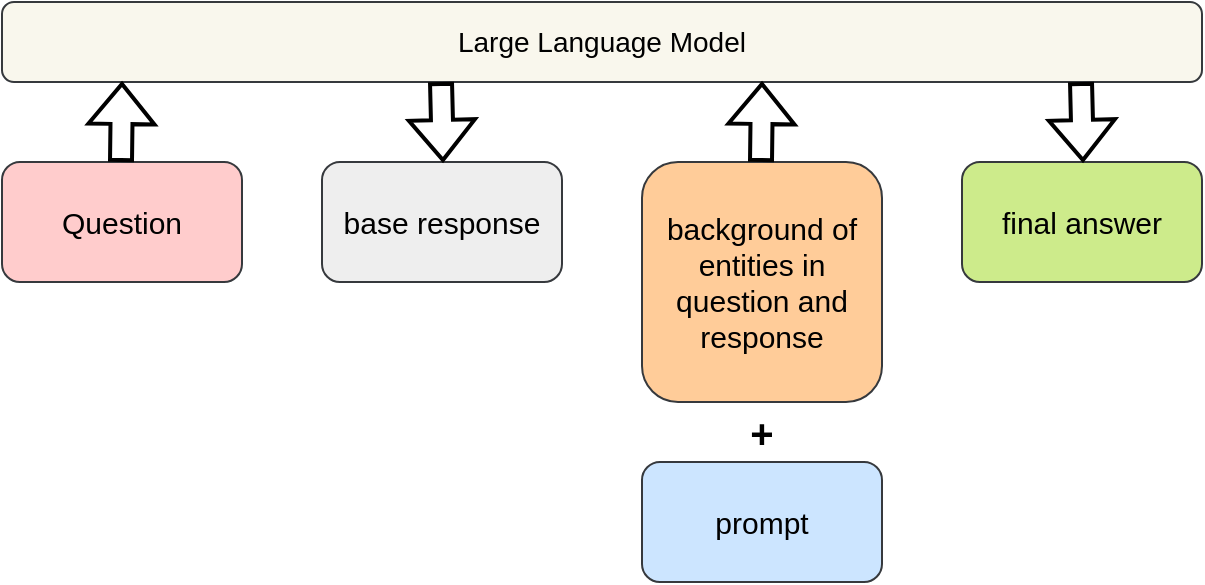
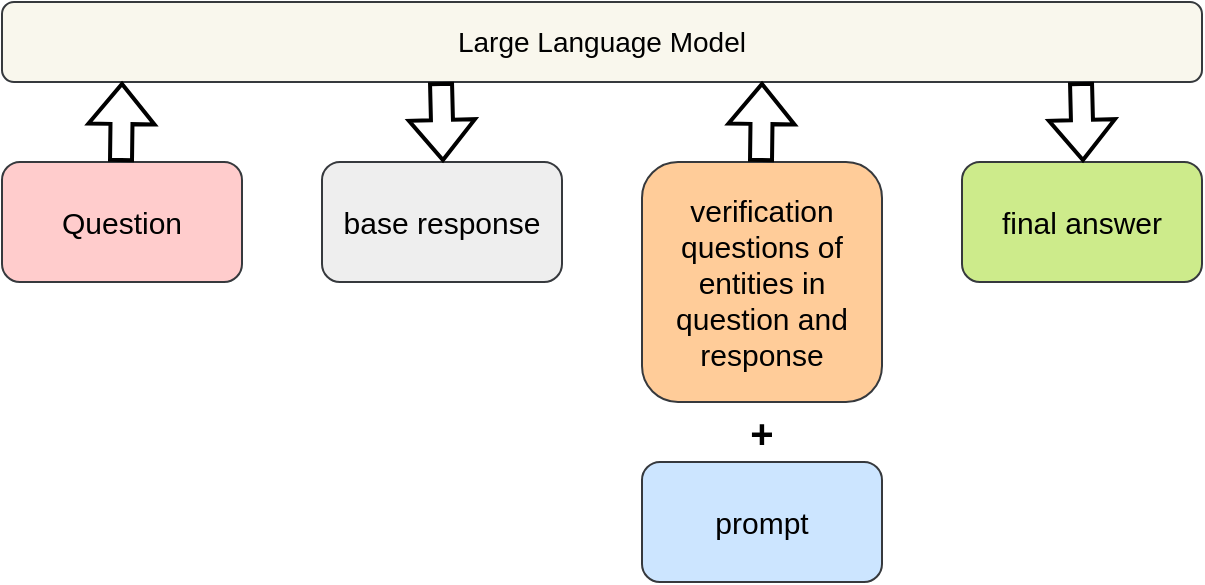
<mxfile host="Electron" agent="Mozilla/5.0 (Windows NT 10.0; Win64; x64) AppleWebKit/537.36 (KHTML, like Gecko) draw.io/29.0.3 Chrome/140.0.7339.249 Electron/38.7.0 Safari/537.36" version="29.0.3">
  <diagram name="第 1 页" id="AIyV4BcjqFachb0cqfhk">
    <mxGraphModel dx="1090" dy="593" grid="1" gridSize="10" guides="1" tooltips="1" connect="1" arrows="1" fold="1" page="1" pageScale="1" pageWidth="827" pageHeight="1169" math="0" shadow="0">
      <root>
        <mxCell id="0" />
        <mxCell id="1" parent="0" />
-         <mxCell id="ig_agJYFBDcc38hmuwL_-1" value="&lt;font face=&quot;Arial&quot; style=&quot;font-size: 15px;&quot;&gt;Question&lt;/font&gt;" style="rounded=1;whiteSpace=wrap;html=1;fillColor=#ffcccc;strokeColor=#36393d;" vertex="1" parent="1">
+         <mxCell id="ig_agJYFBDcc38hmuwL_-1" value="&lt;font face=&quot;Arial&quot; style=&quot;font-size: 15px;&quot;&gt;Question&lt;/font&gt;" style="rounded=1;whiteSpace=wrap;html=1;fillColor=#ffcccc;strokeColor=#36393d;" parent="1" vertex="1">
          <mxGeometry x="90" y="250" width="120" height="60" as="geometry" />
        </mxCell>
-         <mxCell id="ig_agJYFBDcc38hmuwL_-2" value="&lt;font face=&quot;Arial&quot; style=&quot;font-size: 15px;&quot;&gt;base response&lt;/font&gt;" style="rounded=1;whiteSpace=wrap;html=1;fillColor=#eeeeee;strokeColor=#36393d;" vertex="1" parent="1">
+         <mxCell id="ig_agJYFBDcc38hmuwL_-2" value="&lt;font face=&quot;Arial&quot; style=&quot;font-size: 15px;&quot;&gt;base response&lt;/font&gt;" style="rounded=1;whiteSpace=wrap;html=1;fillColor=#eeeeee;strokeColor=#36393d;" parent="1" vertex="1">
          <mxGeometry x="250" y="250" width="120" height="60" as="geometry" />
        </mxCell>
-         <mxCell id="ig_agJYFBDcc38hmuwL_-3" value="&lt;font face=&quot;Arial&quot;&gt;&lt;span style=&quot;font-size: 15px;&quot;&gt;background of entities in question and response&lt;/span&gt;&lt;/font&gt;" style="rounded=1;whiteSpace=wrap;html=1;fillColor=#ffcc99;strokeColor=#36393d;" vertex="1" parent="1">
+         <mxCell id="ig_agJYFBDcc38hmuwL_-3" value="&lt;font face=&quot;Arial&quot;&gt;&lt;span style=&quot;font-size: 15px;&quot;&gt;verification questions of entities in question and response&lt;/span&gt;&lt;/font&gt;" style="rounded=1;whiteSpace=wrap;html=1;fillColor=#ffcc99;strokeColor=#36393d;" parent="1" vertex="1">
          <mxGeometry x="410" y="250" width="120" height="120" as="geometry" />
        </mxCell>
-         <mxCell id="ig_agJYFBDcc38hmuwL_-4" value="&lt;font face=&quot;Arial&quot; style=&quot;font-size: 15px;&quot;&gt;final answer&lt;/font&gt;" style="rounded=1;whiteSpace=wrap;html=1;fillColor=#cdeb8b;strokeColor=#36393d;" vertex="1" parent="1">
+         <mxCell id="ig_agJYFBDcc38hmuwL_-4" value="&lt;font face=&quot;Arial&quot; style=&quot;font-size: 15px;&quot;&gt;final answer&lt;/font&gt;" style="rounded=1;whiteSpace=wrap;html=1;fillColor=#cdeb8b;strokeColor=#36393d;" parent="1" vertex="1">
          <mxGeometry x="570" y="250" width="120" height="60" as="geometry" />
        </mxCell>
-         <mxCell id="ig_agJYFBDcc38hmuwL_-5" value="&lt;font face=&quot;Arial&quot; style=&quot;font-size: 14px;&quot;&gt;Large Language Model&lt;/font&gt;" style="rounded=1;whiteSpace=wrap;html=1;fillColor=#f9f7ed;strokeColor=#36393d;" vertex="1" parent="1">
+         <mxCell id="ig_agJYFBDcc38hmuwL_-5" value="&lt;font face=&quot;Arial&quot; style=&quot;font-size: 14px;&quot;&gt;Large Language Model&lt;/font&gt;" style="rounded=1;whiteSpace=wrap;html=1;fillColor=#f9f7ed;strokeColor=#36393d;" parent="1" vertex="1">
          <mxGeometry x="90" y="170" width="600" height="40" as="geometry" />
        </mxCell>
-         <mxCell id="ig_agJYFBDcc38hmuwL_-6" value="&lt;font style=&quot;font-size: 15px;&quot;&gt;prompt&lt;/font&gt;" style="rounded=1;whiteSpace=wrap;html=1;fillColor=#cce5ff;strokeColor=#36393d;fontFamily=Arial;" vertex="1" parent="1">
+         <mxCell id="ig_agJYFBDcc38hmuwL_-6" value="&lt;font style=&quot;font-size: 15px;&quot;&gt;prompt&lt;/font&gt;" style="rounded=1;whiteSpace=wrap;html=1;fillColor=#cce5ff;strokeColor=#36393d;fontFamily=Arial;" parent="1" vertex="1">
          <mxGeometry x="410" y="400" width="120" height="60" as="geometry" />
        </mxCell>
-         <mxCell id="ig_agJYFBDcc38hmuwL_-7" value="" style="shape=flexArrow;endArrow=classic;html=1;rounded=0;fontStyle=0;strokeWidth=2;" edge="1" parent="1">
+         <mxCell id="ig_agJYFBDcc38hmuwL_-7" value="" style="shape=flexArrow;endArrow=classic;html=1;rounded=0;fontStyle=0;strokeWidth=2;" parent="1" edge="1">
          <mxGeometry width="50" height="50" relative="1" as="geometry">
            <mxPoint x="149.5" y="250" as="sourcePoint" />
            <mxPoint x="150" y="210" as="targetPoint" />
          </mxGeometry>
        </mxCell>
-         <mxCell id="ig_agJYFBDcc38hmuwL_-8" value="" style="shape=flexArrow;endArrow=classic;html=1;rounded=0;fontStyle=0;strokeWidth=2;" edge="1" parent="1">
+         <mxCell id="ig_agJYFBDcc38hmuwL_-8" value="" style="shape=flexArrow;endArrow=classic;html=1;rounded=0;fontStyle=0;strokeWidth=2;" parent="1" edge="1">
          <mxGeometry width="50" height="50" relative="1" as="geometry">
            <mxPoint x="309.5" y="210" as="sourcePoint" />
            <mxPoint x="310.5" y="250" as="targetPoint" />
          </mxGeometry>
        </mxCell>
-         <mxCell id="ig_agJYFBDcc38hmuwL_-9" value="&lt;font face=&quot;Arial&quot; style=&quot;font-size: 20px;&quot;&gt;&lt;b style=&quot;line-height: 100%;&quot;&gt;+&lt;/b&gt;&lt;/font&gt;" style="text;html=1;whiteSpace=wrap;strokeColor=none;fillColor=none;align=center;verticalAlign=middle;rounded=0;" vertex="1" parent="1">
+         <mxCell id="ig_agJYFBDcc38hmuwL_-9" value="&lt;font face=&quot;Arial&quot; style=&quot;font-size: 20px;&quot;&gt;&lt;b style=&quot;line-height: 100%;&quot;&gt;+&lt;/b&gt;&lt;/font&gt;" style="text;html=1;whiteSpace=wrap;strokeColor=none;fillColor=none;align=center;verticalAlign=middle;rounded=0;" parent="1" vertex="1">
          <mxGeometry x="440" y="370" width="60" height="30" as="geometry" />
        </mxCell>
-         <mxCell id="ig_agJYFBDcc38hmuwL_-10" value="" style="shape=flexArrow;endArrow=classic;html=1;rounded=0;fontStyle=0;strokeWidth=2;" edge="1" parent="1">
+         <mxCell id="ig_agJYFBDcc38hmuwL_-10" value="" style="shape=flexArrow;endArrow=classic;html=1;rounded=0;fontStyle=0;strokeWidth=2;" parent="1" edge="1">
          <mxGeometry width="50" height="50" relative="1" as="geometry">
            <mxPoint x="469.5" y="250" as="sourcePoint" />
            <mxPoint x="470" y="210" as="targetPoint" />
          </mxGeometry>
        </mxCell>
-         <mxCell id="ig_agJYFBDcc38hmuwL_-11" value="" style="shape=flexArrow;endArrow=classic;html=1;rounded=0;fontStyle=0;strokeWidth=2;" edge="1" parent="1">
+         <mxCell id="ig_agJYFBDcc38hmuwL_-11" value="" style="shape=flexArrow;endArrow=classic;html=1;rounded=0;fontStyle=0;strokeWidth=2;" parent="1" edge="1">
          <mxGeometry width="50" height="50" relative="1" as="geometry">
            <mxPoint x="629.5" y="210" as="sourcePoint" />
            <mxPoint x="630.5" y="250" as="targetPoint" />
          </mxGeometry>
        </mxCell>
      </root>
    </mxGraphModel>
  </diagram>
</mxfile>
